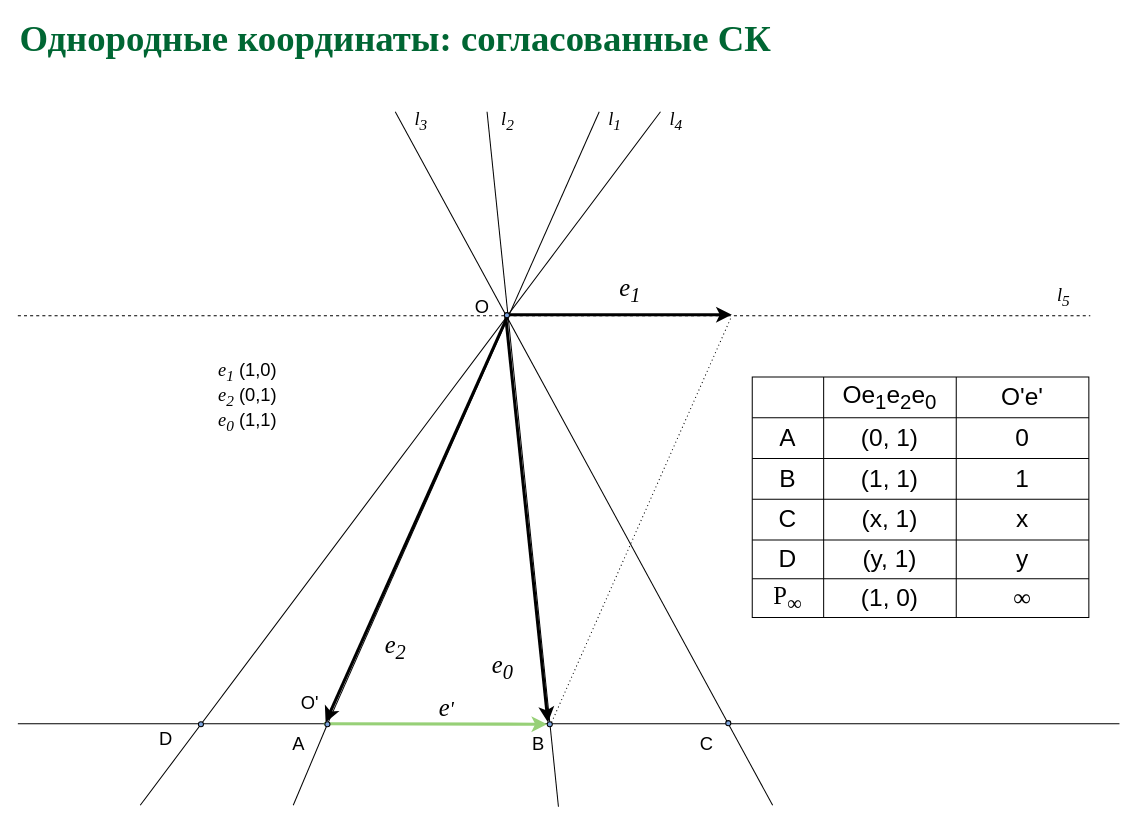
The draw.io diagram page "p20" (26 of 31) of slides/proj.drawio in amcp-pit/geom_course, before the edit. Source tidied: cells renumbered, new cells numbered last; positions are measured from the earlier drawing's top-left corner, leaving out a move shared by most shapes. Both pictures are drawn from the tidied source at 102%, with x=0, y=0 at pixel (17, 29).
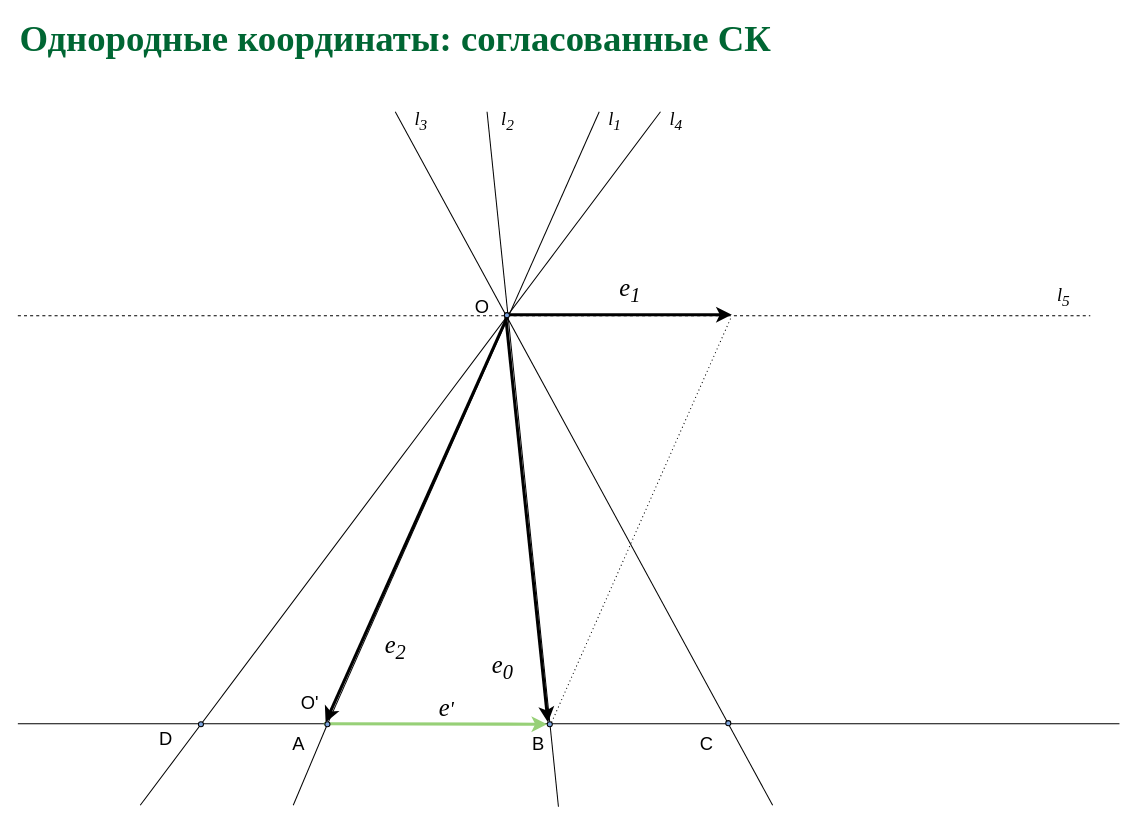
Above is the later version.

Change to the diagram source:
```diff
@@
-    <mxCell id="30" value="&lt;font style=&quot;font-size: 18px&quot;&gt;&lt;i&gt;&lt;font face=&quot;Times New Roman&quot;&gt;e&lt;sub&gt;1&lt;/sub&gt;&lt;/font&gt;&lt;/i&gt; (1,0)&lt;br&gt;&lt;font face=&quot;Times New Roman&quot;&gt;&lt;i&gt;e&lt;sub&gt;2&lt;/sub&gt;&lt;/i&gt;&lt;/font&gt; (0,1)&lt;br&gt;&lt;font face=&quot;Times New Roman&quot;&gt;&lt;i&gt;e&lt;sub&gt;0&lt;/sub&gt;&lt;/i&gt;&lt;/font&gt; (1,1)&lt;/font&gt;" style="text;html=1;align=center;verticalAlign=middle;" parent="1" vertex="1">
-      <mxGeometry x="190" y="331" width="70" height="60" as="geometry" />
-    </mxCell>
@@
-    <mxCell id="36" style="shape=table;html=1;whiteSpace=wrap;startSize=0;childLayout=tableLayout;" parent="1" vertex="1">
-      <mxGeometry x="720" y="341" width="330" height="236" as="geometry" />
-    </mxCell>
-    <mxCell id="37" style="shape=partialRectangle;html=1;whiteSpace=wrap;fillColor=none;top=0;left=0;bottom=0;right=0;" parent="36" vertex="1">
-      <mxGeometry width="330" height="40" as="geometry" />
-    </mxCell>
-    <mxCell id="38" style="shape=partialRectangle;html=1;whiteSpace=wrap;overflow=hidden;fillColor=none;top=0;left=0;bottom=0;right=0;" parent="37" vertex="1">
-      <mxGeometry width="70" height="40" as="geometry" />
-    </mxCell>
-    <mxCell id="39" value="&lt;font style=&quot;font-size: 24px&quot;&gt;Oe&lt;sub&gt;1&lt;/sub&gt;e&lt;sub&gt;2&lt;/sub&gt;e&lt;sub&gt;0&lt;/sub&gt;&lt;/font&gt;" style="shape=partialRectangle;html=1;whiteSpace=wrap;overflow=hidden;fillColor=none;top=0;left=0;bottom=0;right=0;" parent="37" vertex="1">
-      <mxGeometry x="70" width="130" height="40" as="geometry" />
-    </mxCell>
-    <mxCell id="40" value="&lt;font style=&quot;font-size: 24px&quot;&gt;O'e'&lt;/font&gt;" style="shape=partialRectangle;html=1;whiteSpace=wrap;overflow=hidden;fillColor=none;top=0;left=0;bottom=0;right=0;" parent="37" vertex="1">
-      <mxGeometry x="200" width="130" height="40" as="geometry" />
-    </mxCell>
-    <mxCell id="41" style="shape=partialRectangle;html=1;whiteSpace=wrap;fillColor=none;top=0;left=0;bottom=0;right=0;" parent="36" vertex="1">
-      <mxGeometry y="40" width="330" height="40" as="geometry" />
-    </mxCell>
-    <mxCell id="42" value="&lt;font style=&quot;font-size: 24px&quot;&gt;A&lt;/font&gt;" style="shape=partialRectangle;html=1;whiteSpace=wrap;overflow=hidden;fillColor=none;top=0;left=0;bottom=0;right=0;" parent="41" vertex="1">
-      <mxGeometry width="70" height="40" as="geometry" />
-    </mxCell>
-    <mxCell id="43" value="&lt;font style=&quot;font-size: 24px&quot;&gt;(0, 1)&lt;/font&gt;" style="shape=partialRectangle;html=1;whiteSpace=wrap;overflow=hidden;fillColor=none;top=0;left=0;bottom=0;right=0;" parent="41" vertex="1">
-      <mxGeometry x="70" width="130" height="40" as="geometry" />
-    </mxCell>
-    <mxCell id="44" value="&lt;span style=&quot;font-size: 24px&quot;&gt;0&lt;/span&gt;" style="shape=partialRectangle;html=1;whiteSpace=wrap;overflow=hidden;fillColor=none;top=0;left=0;bottom=0;right=0;" parent="41" vertex="1">
-      <mxGeometry x="200" width="130" height="40" as="geometry" />
-    </mxCell>
-    <mxCell id="45" style="shape=partialRectangle;html=1;whiteSpace=wrap;fillColor=none;top=0;left=0;bottom=0;right=0;" parent="36" vertex="1">
-      <mxGeometry y="80" width="330" height="40" as="geometry" />
-    </mxCell>
-    <mxCell id="46" value="&lt;font style=&quot;font-size: 24px&quot;&gt;B&lt;/font&gt;" style="shape=partialRectangle;html=1;whiteSpace=wrap;overflow=hidden;fillColor=none;top=0;left=0;bottom=0;right=0;" parent="45" vertex="1">
-      <mxGeometry width="70" height="40" as="geometry" />
-    </mxCell>
-    <mxCell id="47" value="&lt;span style=&quot;font-size: 24px&quot;&gt;(&lt;/span&gt;&lt;font style=&quot;font-size: 24px&quot;&gt;1&lt;/font&gt;&lt;span style=&quot;font-size: 24px&quot;&gt;, 1&lt;/span&gt;&lt;span style=&quot;font-size: 24px&quot;&gt;)&lt;/span&gt;" style="shape=partialRectangle;html=1;whiteSpace=wrap;overflow=hidden;fillColor=none;top=0;left=0;bottom=0;right=0;" parent="45" vertex="1">
-      <mxGeometry x="70" width="130" height="40" as="geometry" />
-    </mxCell>
-    <mxCell id="48" value="&lt;span style=&quot;font-size: 24px&quot;&gt;1&lt;/span&gt;" style="shape=partialRectangle;html=1;whiteSpace=wrap;overflow=hidden;fillColor=none;top=0;left=0;bottom=0;right=0;" parent="45" vertex="1">
-      <mxGeometry x="200" width="130" height="40" as="geometry" />
-    </mxCell>
-    <mxCell id="49" style="shape=partialRectangle;html=1;whiteSpace=wrap;fillColor=none;top=0;left=0;bottom=0;right=0;" parent="36" vertex="1">
-      <mxGeometry y="120" width="330" height="40" as="geometry" />
-    </mxCell>
-    <mxCell id="50" value="&lt;font style=&quot;font-size: 24px&quot;&gt;C&lt;/font&gt;" style="shape=partialRectangle;html=1;whiteSpace=wrap;overflow=hidden;fillColor=none;top=0;left=0;bottom=0;right=0;" parent="49" vertex="1">
-      <mxGeometry width="70" height="40" as="geometry" />
-    </mxCell>
-    <mxCell id="51" value="&lt;span style=&quot;font-size: 24px&quot;&gt;(x, 1)&lt;/span&gt;" style="shape=partialRectangle;html=1;whiteSpace=wrap;overflow=hidden;fillColor=none;top=0;left=0;bottom=0;right=0;" parent="49" vertex="1">
-      <mxGeometry x="70" width="130" height="40" as="geometry" />
-    </mxCell>
-    <mxCell id="52" value="&lt;span style=&quot;font-size: 24px&quot;&gt;x&lt;/span&gt;" style="shape=partialRectangle;html=1;whiteSpace=wrap;overflow=hidden;fillColor=none;top=0;left=0;bottom=0;right=0;" parent="49" vertex="1">
-      <mxGeometry x="200" width="130" height="40" as="geometry" />
-    </mxCell>
-    <mxCell id="53" style="shape=partialRectangle;html=1;whiteSpace=wrap;fillColor=none;top=0;left=0;bottom=0;right=0;" parent="36" vertex="1">
-      <mxGeometry y="160" width="330" height="38" as="geometry" />
-    </mxCell>
-    <mxCell id="54" value="&lt;font style=&quot;font-size: 24px&quot;&gt;D&lt;/font&gt;" style="shape=partialRectangle;html=1;whiteSpace=wrap;overflow=hidden;fillColor=none;top=0;left=0;bottom=0;right=0;" parent="53" vertex="1">
-      <mxGeometry width="70" height="38" as="geometry" />
-    </mxCell>
-    <mxCell id="55" value="&lt;span style=&quot;font-size: 24px&quot;&gt;(y, 1)&lt;/span&gt;" style="shape=partialRectangle;html=1;whiteSpace=wrap;overflow=hidden;fillColor=none;top=0;left=0;bottom=0;right=0;" parent="53" vertex="1">
-      <mxGeometry x="70" width="130" height="38" as="geometry" />
-    </mxCell>
-    <mxCell id="56" value="&lt;span style=&quot;font-size: 24px&quot;&gt;y&lt;/span&gt;" style="shape=partialRectangle;html=1;whiteSpace=wrap;overflow=hidden;fillColor=none;top=0;left=0;bottom=0;right=0;" parent="53" vertex="1">
-      <mxGeometry x="200" width="130" height="38" as="geometry" />
-    </mxCell>
-    <mxCell id="57" style="shape=partialRectangle;html=1;whiteSpace=wrap;fillColor=none;top=0;left=0;bottom=0;right=0;" parent="36" vertex="1">
-      <mxGeometry y="198" width="330" height="38" as="geometry" />
-    </mxCell>
-    <mxCell id="58" value="&lt;font&gt;&lt;font face=&quot;Times New Roman&quot; style=&quot;font-size: 24px&quot;&gt;P&lt;/font&gt;&lt;font face=&quot;Times New Roman&quot; style=&quot;font-size: 24px&quot;&gt;&lt;sub&gt;∞&lt;/sub&gt;&lt;/font&gt;&lt;/font&gt;" style="shape=partialRectangle;html=1;whiteSpace=wrap;overflow=hidden;fillColor=none;top=0;left=0;bottom=0;right=0;" parent="57" vertex="1">
-      <mxGeometry width="70" height="38" as="geometry" />
-    </mxCell>
-    <mxCell id="59" value="&lt;span style=&quot;font-size: 24px&quot;&gt;(1, 0)&lt;/span&gt;" style="shape=partialRectangle;html=1;whiteSpace=wrap;overflow=hidden;fillColor=none;top=0;left=0;bottom=0;right=0;" parent="57" vertex="1">
-      <mxGeometry x="70" width="130" height="38" as="geometry" />
-    </mxCell>
-    <mxCell id="60" value="&lt;span style=&quot;font-family: &amp;#34;times new roman&amp;#34;&quot;&gt;&lt;font style=&quot;font-size: 24px&quot;&gt;∞&lt;/font&gt;&lt;/span&gt;" style="shape=partialRectangle;html=1;whiteSpace=wrap;overflow=hidden;fillColor=none;top=0;left=0;bottom=0;right=0;" parent="57" vertex="1">
-      <mxGeometry x="200" width="130" height="38" as="geometry" />
-    </mxCell>
```
